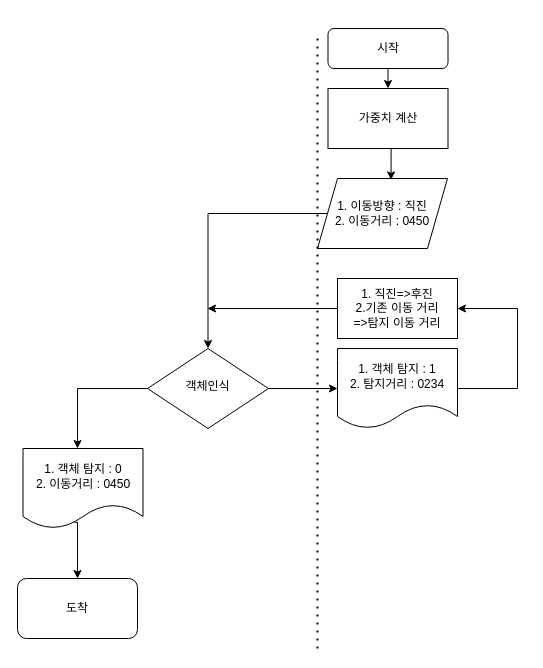
The draw.io diagram 제목 없는 다이어그램.drawio in tubtrbE/stm32_RTOS, before the edit. Source tidied: cells renumbered, new cells numbered last; positions are measured from the earlier drawing's top-left corner, leaving out a move shared by most shapes. Both pictures are drawn from the tidied source at 100%, with x=0, y=0 at pixel (17, 28).
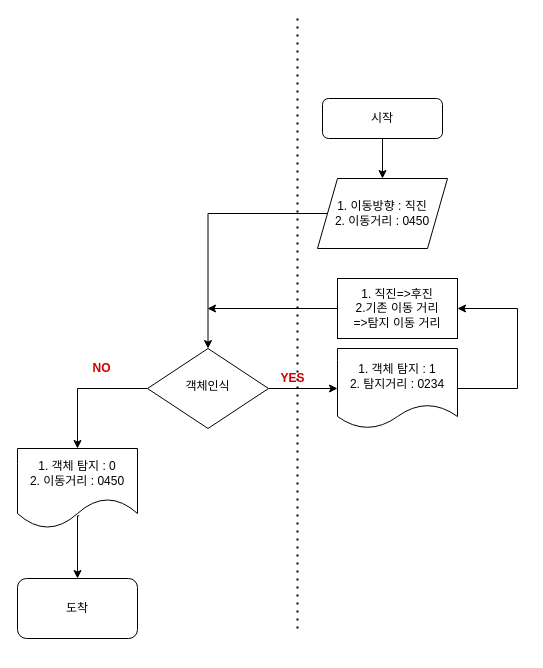
The same diagram, later.

Commit message (it also covers changes not shown here):
제목 없는 다이어그램.drawio 업데이트

Unchanged cells that the change refers to:
```xml
<mxCell id="8" value="1. 이동방향 : 직진&lt;br&gt;2. 이동거리 : 0450" style="shape=parallelogram;perimeter=parallelogramPerimeter;whiteSpace=wrap;html=1;fixedSize=1;" parent="1" vertex="1">
  <mxGeometry x="300" y="150" width="130" height="70" as="geometry" />
</mxCell>
<mxCell id="17" value="도착" style="rounded=1;whiteSpace=wrap;html=1;" parent="1" vertex="1">
  <mxGeometry y="550" width="120" height="60" as="geometry" />
</mxCell>
```

Change to the diagram source:
```diff
@@
-    <mxCell id="2" style="edgeStyle=orthogonalEdgeStyle;rounded=0;jettySize=auto;html=1;exitX=0.5;exitY=1;exitDx=0;exitDy=0;entryX=0.5;entryY=0;entryDx=0;entryDy=0;" parent="1" edge="1" source="3" target="16">
-      <mxGeometry relative="1" as="geometry" />
-    </mxCell>
+    <mxCell id="19" style="edgeStyle=orthogonalEdgeStyle;rounded=0;jettySize=auto;html=1;exitX=0.5;exitY=1;exitDx=0;exitDy=0;entryX=0.5;entryY=0;entryDx=0;entryDy=0;" parent="1" edge="1" source="3" target="8">
+      <mxGeometry relative="1" as="geometry" />
+    </mxCell>
     <mxCell id="3" value="시작" style="rounded=1;whiteSpace=wrap;html=1;fontSize=12;glass=0;strokeWidth=1;shadow=0;" parent="1" vertex="1">
-      <mxGeometry x="310.5" width="120" height="40" as="geometry" />
+      <mxGeometry x="305" y="70" width="120" height="40" as="geometry" />
     </mxCell>
@@
-    <mxCell id="11" style="edgeStyle=orthogonalEdgeStyle;rounded=0;jettySize=auto;html=1;entryX=0.5;entryY=0;entryDx=0;entryDy=0;exitX=0.428;exitY=0.922;exitDx=0;exitDy=0;exitPerimeter=0;" parent="1" edge="1" source="12" target="17">
+    <mxCell id="11" style="edgeStyle=orthogonalEdgeStyle;rounded=0;jettySize=auto;html=1;entryX=0.5;entryY=0;entryDx=0;entryDy=0;exitX=0.514;exitY=0.841;exitDx=0;exitDy=0;exitPerimeter=0;" parent="1" edge="1" source="12" target="17">
       <mxGeometry relative="1" as="geometry">
         <Array as="points">
-          <mxPoint x="60" y="494" />
+          <mxPoint x="60" y="487" />
         </Array>
       </mxGeometry>
     </mxCell>
-    <mxCell id="12" value="1. 객체 탐지 : 0&lt;br&gt;2. 이동거리 : 0450" style="shape=document;whiteSpace=wrap;html=1;boundedLbl=1;" parent="1" vertex="1">
-      <mxGeometry x="5.5" y="420" width="120" height="80" as="geometry" />
+    <mxCell id="12" value="1. 객체 탐지 : 0&lt;br&gt;2. 이동거리 : 0450" style="shape=document;whiteSpace=wrap;html=1;boundedLbl=1;size=0.375;" parent="1" vertex="1">
+      <mxGeometry y="420" width="120" height="80" as="geometry" />
     </mxCell>
@@
-    <mxCell id="15" style="edgeStyle=orthogonalEdgeStyle;rounded=0;jettySize=auto;html=1;exitX=0.5;exitY=1;exitDx=0;exitDy=0;entryX=0.566;entryY=0.02;entryDx=0;entryDy=0;entryPerimeter=0;" parent="1" edge="1" source="16" target="8">
-      <mxGeometry relative="1" as="geometry" />
-    </mxCell>
-    <mxCell id="16" value="가중치 계산" style="rounded=0;whiteSpace=wrap;html=1;" parent="1" vertex="1">
-      <mxGeometry x="310.5" y="60" width="120" height="60" as="geometry" />
-    </mxCell>
@@
     <mxCell id="18" style="endArrow=none;dashed=1;html=1;dashPattern=1 3;strokeWidth=2;rounded=0;" parent="1" edge="1">
       <mxGeometry relative="1" as="geometry">
-        <mxPoint x="300" y="620" as="sourcePoint" />
-        <mxPoint x="300" y="10" as="targetPoint" />
+        <mxPoint x="280" y="600" as="sourcePoint" />
+        <mxPoint x="280" y="-10" as="targetPoint" />
       </mxGeometry>
     </mxCell>
+    <mxCell id="20" value="&lt;b&gt;&lt;font color=&quot;#cc0000&quot;&gt;YES&lt;/font&gt;&lt;/b&gt;" style="text;html=1;strokeColor=none;fillColor=none;align=center;verticalAlign=middle;whiteSpace=wrap;rounded=0;" parent="1" vertex="1">
+      <mxGeometry x="251" y="340" width="49" height="20" as="geometry" />
+    </mxCell>
+    <mxCell id="21" value="&lt;b&gt;&lt;font color=&quot;#cc0000&quot;&gt;NO&lt;/font&gt;&lt;/b&gt;" style="text;html=1;strokeColor=none;fillColor=none;align=center;verticalAlign=middle;whiteSpace=wrap;rounded=0;" parent="1" vertex="1">
+      <mxGeometry x="60" y="330" width="49" height="20" as="geometry" />
+    </mxCell>
```
